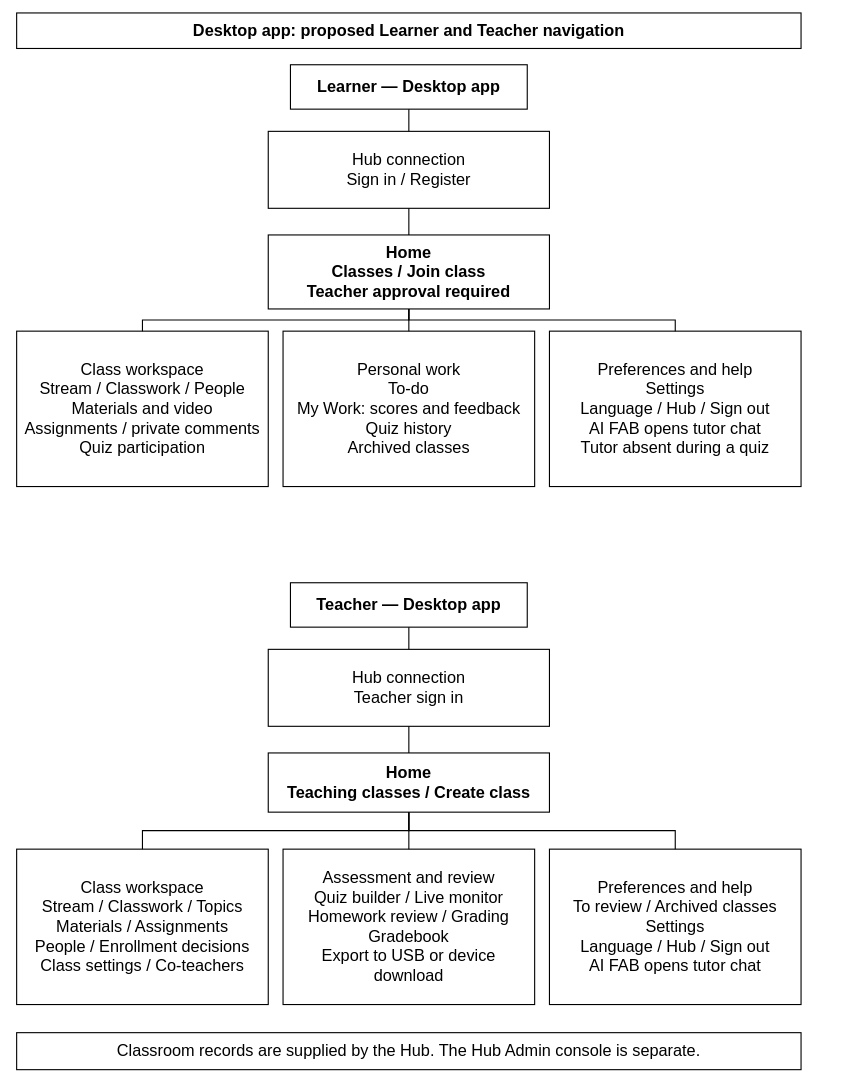
Earlier version of the draw.io diagram docs/thesis/chapter-3/diagrams/sitemap-desktop.drawio (BootlegYouki/L.A.R.A). Source tidied: cells renumbered, new cells numbered last; positions are measured from the earlier drawing's top-left corner, leaving out a move shared by most shapes. Both pictures are drawn from the tidied source at 74%, with x=0, y=0 at pixel (16, 13).
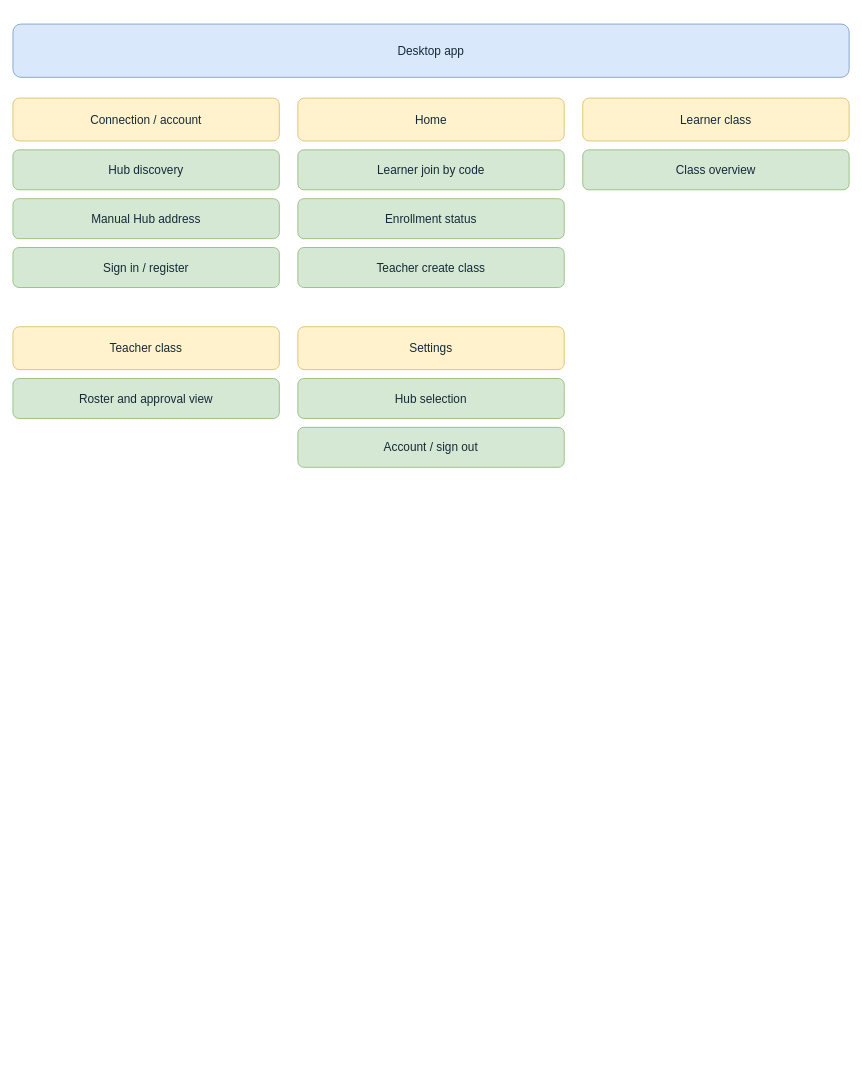
After the change.

What changed in the source:
```diff
@@
-<mxGraphModel background="#ffffff">
+<mxGraphModel>
@@
-    <mxCell id="2" value="Desktop app: proposed Learner and Teacher navigation" style="whiteSpace=wrap;html=0;fontFamily=Helvetica;fontSize=22;fontColor=#000000;strokeColor=#000000;fillColor=#ffffff;rounded=0;align=center;verticalAlign=middle;spacing=10;strokeWidth=1.5;fontStyle=1;" parent="1" vertex="1">
-      <mxGeometry width="1060" height="48" as="geometry" />
-    </mxCell>
-    <mxCell id="3" value="Learner — Desktop app" style="whiteSpace=wrap;html=0;fontFamily=Helvetica;fontSize=22;fontColor=#000000;strokeColor=#000000;fillColor=#ffffff;rounded=0;align=center;verticalAlign=middle;spacing=10;strokeWidth=1.5;fontStyle=1;" parent="1" vertex="1">
-      <mxGeometry x="370" y="70" width="320" height="60" as="geometry" />
-    </mxCell>
-    <mxCell id="4" value="Hub connection&#10;Sign in / Register" style="whiteSpace=wrap;html=0;fontFamily=Helvetica;fontSize=22;fontColor=#000000;strokeColor=#000000;fillColor=#ffffff;rounded=0;align=center;verticalAlign=middle;spacing=10;strokeWidth=1.5;" parent="1" vertex="1">
-      <mxGeometry x="340" y="160" width="380" height="104" as="geometry" />
-    </mxCell>
-    <mxCell id="5" value="Home&#10;Classes / Join class&#10;Teacher approval required" style="whiteSpace=wrap;html=0;fontFamily=Helvetica;fontSize=22;fontColor=#000000;strokeColor=#000000;fillColor=#ffffff;rounded=0;align=center;verticalAlign=middle;spacing=10;strokeWidth=1.5;fontStyle=1;" parent="1" vertex="1">
-      <mxGeometry x="340" y="300" width="380" height="100" as="geometry" />
-    </mxCell>
-    <mxCell id="6" style="edgeStyle=orthogonalEdgeStyle;rounded=0;strokeColor=#000000;strokeWidth=1.5;endArrow=none;exitX=0.5;exitY=1;entryX=0.5;entryY=0;" parent="1" edge="1" source="3" target="4">
-      <mxGeometry relative="1" as="geometry" />
-    </mxCell>
-    <mxCell id="7" style="edgeStyle=orthogonalEdgeStyle;rounded=0;strokeColor=#000000;strokeWidth=1.5;endArrow=none;exitX=0.5;exitY=1;entryX=0.5;entryY=0;" parent="1" edge="1" source="4" target="5">
-      <mxGeometry relative="1" as="geometry" />
-    </mxCell>
-    <mxCell id="8" value="Class workspace&#10;Stream / Classwork / People&#10;Materials and video&#10;Assignments / private comments&#10;Quiz participation" style="whiteSpace=wrap;html=0;fontFamily=Helvetica;fontSize=22;fontColor=#000000;strokeColor=#000000;fillColor=#ffffff;rounded=0;align=center;verticalAlign=middle;spacing=10;strokeWidth=1.5;" parent="1" vertex="1">
-      <mxGeometry y="430" width="340" height="210" as="geometry" />
-    </mxCell>
-    <mxCell id="9" style="edgeStyle=orthogonalEdgeStyle;rounded=0;strokeColor=#000000;strokeWidth=1.5;endArrow=none;exitX=0.5;exitY=1;entryX=0.5;entryY=0;" parent="1" edge="1" source="5" target="8">
-      <mxGeometry relative="1" as="geometry" />
-    </mxCell>
-    <mxCell id="10" value="Personal work&#10;To-do&#10;My Work: scores and feedback&#10;Quiz history&#10;Archived classes" style="whiteSpace=wrap;html=0;fontFamily=Helvetica;fontSize=22;fontColor=#000000;strokeColor=#000000;fillColor=#ffffff;rounded=0;align=center;verticalAlign=middle;spacing=10;strokeWidth=1.5;" parent="1" vertex="1">
-      <mxGeometry x="360" y="430" width="340" height="210" as="geometry" />
-    </mxCell>
-    <mxCell id="11" style="edgeStyle=orthogonalEdgeStyle;rounded=0;strokeColor=#000000;strokeWidth=1.5;endArrow=none;exitX=0.5;exitY=1;entryX=0.5;entryY=0;" parent="1" edge="1" source="5" target="10">
-      <mxGeometry relative="1" as="geometry" />
-    </mxCell>
-    <mxCell id="12" value="Preferences and help&#10;Settings&#10;Language / Hub / Sign out&#10;AI FAB opens tutor chat&#10;Tutor absent during a quiz" style="whiteSpace=wrap;html=0;fontFamily=Helvetica;fontSize=22;fontColor=#000000;strokeColor=#000000;fillColor=#ffffff;rounded=0;align=center;verticalAlign=middle;spacing=10;strokeWidth=1.5;" parent="1" vertex="1">
-      <mxGeometry x="720" y="430" width="340" height="210" as="geometry" />
-    </mxCell>
-    <mxCell id="13" style="edgeStyle=orthogonalEdgeStyle;rounded=0;strokeColor=#000000;strokeWidth=1.5;endArrow=none;exitX=0.5;exitY=1;entryX=0.5;entryY=0;" parent="1" edge="1" source="5" target="12">
-      <mxGeometry relative="1" as="geometry" />
-    </mxCell>
-    <mxCell id="14" value="Teacher — Desktop app" style="whiteSpace=wrap;html=0;fontFamily=Helvetica;fontSize=22;fontColor=#000000;strokeColor=#000000;fillColor=#ffffff;rounded=0;align=center;verticalAlign=middle;spacing=10;strokeWidth=1.5;fontStyle=1;" parent="1" vertex="1">
-      <mxGeometry x="370" y="770" width="320" height="60" as="geometry" />
-    </mxCell>
-    <mxCell id="15" value="Hub connection&#10;Teacher sign in" style="whiteSpace=wrap;html=0;fontFamily=Helvetica;fontSize=22;fontColor=#000000;strokeColor=#000000;fillColor=#ffffff;rounded=0;align=center;verticalAlign=middle;spacing=10;strokeWidth=1.5;" parent="1" vertex="1">
-      <mxGeometry x="340" y="860" width="380" height="104" as="geometry" />
-    </mxCell>
-    <mxCell id="16" value="Home&#10;Teaching classes / Create class" style="whiteSpace=wrap;html=0;fontFamily=Helvetica;fontSize=22;fontColor=#000000;strokeColor=#000000;fillColor=#ffffff;rounded=0;align=center;verticalAlign=middle;spacing=10;strokeWidth=1.5;fontStyle=1;" parent="1" vertex="1">
-      <mxGeometry x="340" y="1000" width="380" height="80" as="geometry" />
-    </mxCell>
-    <mxCell id="17" style="edgeStyle=orthogonalEdgeStyle;rounded=0;strokeColor=#000000;strokeWidth=1.5;endArrow=none;exitX=0.5;exitY=1;entryX=0.5;entryY=0;" parent="1" edge="1" source="14" target="15">
-      <mxGeometry relative="1" as="geometry" />
-    </mxCell>
-    <mxCell id="18" style="edgeStyle=orthogonalEdgeStyle;rounded=0;strokeColor=#000000;strokeWidth=1.5;endArrow=none;exitX=0.5;exitY=1;entryX=0.5;entryY=0;" parent="1" edge="1" source="15" target="16">
-      <mxGeometry relative="1" as="geometry" />
-    </mxCell>
-    <mxCell id="19" value="Class workspace&#10;Stream / Classwork / Topics&#10;Materials / Assignments&#10;People / Enrollment decisions&#10;Class settings / Co-teachers" style="whiteSpace=wrap;html=0;fontFamily=Helvetica;fontSize=22;fontColor=#000000;strokeColor=#000000;fillColor=#ffffff;rounded=0;align=center;verticalAlign=middle;spacing=10;strokeWidth=1.5;" parent="1" vertex="1">
-      <mxGeometry y="1130" width="340" height="210" as="geometry" />
-    </mxCell>
-    <mxCell id="20" style="edgeStyle=orthogonalEdgeStyle;rounded=0;strokeColor=#000000;strokeWidth=1.5;endArrow=none;exitX=0.5;exitY=1;entryX=0.5;entryY=0;" parent="1" edge="1" source="16" target="19">
-      <mxGeometry relative="1" as="geometry" />
-    </mxCell>
-    <mxCell id="21" value="Assessment and review&#10;Quiz builder / Live monitor&#10;Homework review / Grading&#10;Gradebook&#10;Export to USB or device download" style="whiteSpace=wrap;html=0;fontFamily=Helvetica;fontSize=22;fontColor=#000000;strokeColor=#000000;fillColor=#ffffff;rounded=0;align=center;verticalAlign=middle;spacing=10;strokeWidth=1.5;" parent="1" vertex="1">
-      <mxGeometry x="360" y="1130" width="340" height="210" as="geometry" />
-    </mxCell>
-    <mxCell id="22" style="edgeStyle=orthogonalEdgeStyle;rounded=0;strokeColor=#000000;strokeWidth=1.5;endArrow=none;exitX=0.5;exitY=1;entryX=0.5;entryY=0;" parent="1" edge="1" source="16" target="21">
-      <mxGeometry relative="1" as="geometry" />
-    </mxCell>
-    <mxCell id="23" value="Preferences and help&#10;To review / Archived classes&#10;Settings&#10;Language / Hub / Sign out&#10;AI FAB opens tutor chat" style="whiteSpace=wrap;html=0;fontFamily=Helvetica;fontSize=22;fontColor=#000000;strokeColor=#000000;fillColor=#ffffff;rounded=0;align=center;verticalAlign=middle;spacing=10;strokeWidth=1.5;" parent="1" vertex="1">
-      <mxGeometry x="720" y="1130" width="340" height="210" as="geometry" />
-    </mxCell>
-    <mxCell id="24" style="edgeStyle=orthogonalEdgeStyle;rounded=0;strokeColor=#000000;strokeWidth=1.5;endArrow=none;exitX=0.5;exitY=1;entryX=0.5;entryY=0;" parent="1" edge="1" source="16" target="23">
-      <mxGeometry relative="1" as="geometry" />
-    </mxCell>
-    <mxCell id="25" value="Classroom records are supplied by the Hub. The Hub Admin console is separate." style="whiteSpace=wrap;html=0;fontFamily=Helvetica;fontSize=22;fontColor=#000000;strokeColor=#000000;fillColor=#ffffff;rounded=0;align=center;verticalAlign=middle;spacing=10;strokeWidth=1.5;" parent="1" vertex="1">
-      <mxGeometry y="1378" width="1060" height="50" as="geometry" />
-    </mxCell>
+    <mxCell id="26" value="Desktop app" style="rounded=1;whiteSpace=wrap;html=1;fillColor=#dae8fc;strokeColor=#6c8ebf;fontColor=#152a38;fontSize=16;align=center;verticalAlign=middle;spacing=8;" parent="1" vertex="1">
+      <mxGeometry x="-5" y="15" width="1130" height="72" as="geometry" />
+    </mxCell>
+    <mxCell id="27" value="Connection / account" style="rounded=1;whiteSpace=wrap;html=1;fillColor=#fff2cc;strokeColor=#d6b656;fontColor=#152a38;fontSize=16;align=center;verticalAlign=middle;spacing=8;" parent="1" vertex="1">
+      <mxGeometry x="-5" y="115" width="360" height="58" as="geometry" />
+    </mxCell>
+    <mxCell id="28" value="Hub discovery" style="rounded=1;whiteSpace=wrap;html=1;fillColor=#d5e8d4;strokeColor=#82b366;fontColor=#152a38;fontSize=16;align=center;verticalAlign=middle;spacing=8;" parent="1" vertex="1">
+      <mxGeometry x="-5" y="185" width="360" height="54" as="geometry" />
+    </mxCell>
+    <mxCell id="29" value="Manual Hub address" style="rounded=1;whiteSpace=wrap;html=1;fillColor=#d5e8d4;strokeColor=#82b366;fontColor=#152a38;fontSize=16;align=center;verticalAlign=middle;spacing=8;" parent="1" vertex="1">
+      <mxGeometry x="-5" y="251" width="360" height="54" as="geometry" />
+    </mxCell>
+    <mxCell id="30" value="Sign in / register" style="rounded=1;whiteSpace=wrap;html=1;fillColor=#d5e8d4;strokeColor=#82b366;fontColor=#152a38;fontSize=16;align=center;verticalAlign=middle;spacing=8;" parent="1" vertex="1">
+      <mxGeometry x="-5" y="317" width="360" height="54" as="geometry" />
+    </mxCell>
+    <mxCell id="31" value="Home" style="rounded=1;whiteSpace=wrap;html=1;fillColor=#fff2cc;strokeColor=#d6b656;fontColor=#152a38;fontSize=16;align=center;verticalAlign=middle;spacing=8;" parent="1" vertex="1">
+      <mxGeometry x="380" y="115" width="360" height="58" as="geometry" />
+    </mxCell>
+    <mxCell id="32" value="Learner join by code" style="rounded=1;whiteSpace=wrap;html=1;fillColor=#d5e8d4;strokeColor=#82b366;fontColor=#152a38;fontSize=16;align=center;verticalAlign=middle;spacing=8;" parent="1" vertex="1">
+      <mxGeometry x="380" y="185" width="360" height="54" as="geometry" />
+    </mxCell>
+    <mxCell id="33" value="Enrollment status" style="rounded=1;whiteSpace=wrap;html=1;fillColor=#d5e8d4;strokeColor=#82b366;fontColor=#152a38;fontSize=16;align=center;verticalAlign=middle;spacing=8;" parent="1" vertex="1">
+      <mxGeometry x="380" y="251" width="360" height="54" as="geometry" />
+    </mxCell>
+    <mxCell id="34" value="Teacher create class" style="rounded=1;whiteSpace=wrap;html=1;fillColor=#d5e8d4;strokeColor=#82b366;fontColor=#152a38;fontSize=16;align=center;verticalAlign=middle;spacing=8;" parent="1" vertex="1">
+      <mxGeometry x="380" y="317" width="360" height="54" as="geometry" />
+    </mxCell>
+    <mxCell id="35" value="Learner class" style="rounded=1;whiteSpace=wrap;html=1;fillColor=#fff2cc;strokeColor=#d6b656;fontColor=#152a38;fontSize=16;align=center;verticalAlign=middle;spacing=8;" parent="1" vertex="1">
+      <mxGeometry x="765" y="115" width="360" height="58" as="geometry" />
+    </mxCell>
+    <mxCell id="36" value="Class overview" style="rounded=1;whiteSpace=wrap;html=1;fillColor=#d5e8d4;strokeColor=#82b366;fontColor=#152a38;fontSize=16;align=center;verticalAlign=middle;spacing=8;" parent="1" vertex="1">
+      <mxGeometry x="765" y="185" width="360" height="54" as="geometry" />
+    </mxCell>
+    <mxCell id="37" value="Teacher class" style="rounded=1;whiteSpace=wrap;html=1;fillColor=#fff2cc;strokeColor=#d6b656;fontColor=#152a38;fontSize=16;align=center;verticalAlign=middle;spacing=8;" parent="1" vertex="1">
+      <mxGeometry x="-5" y="424" width="360" height="58" as="geometry" />
+    </mxCell>
+    <mxCell id="38" value="Roster and approval view" style="rounded=1;whiteSpace=wrap;html=1;fillColor=#d5e8d4;strokeColor=#82b366;fontColor=#152a38;fontSize=16;align=center;verticalAlign=middle;spacing=8;" parent="1" vertex="1">
+      <mxGeometry x="-5" y="494" width="360" height="54" as="geometry" />
+    </mxCell>
+    <mxCell id="39" value="Settings" style="rounded=1;whiteSpace=wrap;html=1;fillColor=#fff2cc;strokeColor=#d6b656;fontColor=#152a38;fontSize=16;align=center;verticalAlign=middle;spacing=8;" parent="1" vertex="1">
+      <mxGeometry x="380" y="424" width="360" height="58" as="geometry" />
+    </mxCell>
+    <mxCell id="40" value="Hub selection" style="rounded=1;whiteSpace=wrap;html=1;fillColor=#d5e8d4;strokeColor=#82b366;fontColor=#152a38;fontSize=16;align=center;verticalAlign=middle;spacing=8;" parent="1" vertex="1">
+      <mxGeometry x="380" y="494" width="360" height="54" as="geometry" />
+    </mxCell>
+    <mxCell id="41" value="Account / sign out" style="rounded=1;whiteSpace=wrap;html=1;fillColor=#d5e8d4;strokeColor=#82b366;fontColor=#152a38;fontSize=16;align=center;verticalAlign=middle;spacing=8;" parent="1" vertex="1">
+      <mxGeometry x="380" y="560" width="360" height="54" as="geometry" />
+    </mxCell>
```
